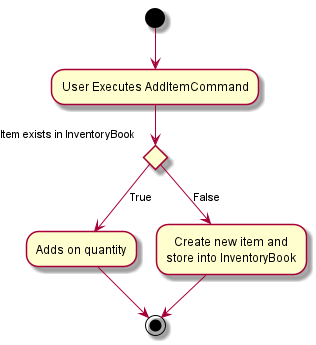
Before: docs/images/AddItemActivityDiagram.png, a diagram exported from PlantUML (nus-cs2103-AY2021S1/tp). Its diagram source:
```plantuml
@startuml
(*)  --> "User Executes AddItemCommand"
If "Item exists in InventoryBook" then
--> [True] "Adds on quantity"
-->(*)
else
--> [False] "Create new item and\nstore into InventoryBook"
Endif
-->(*)
@enduml
```
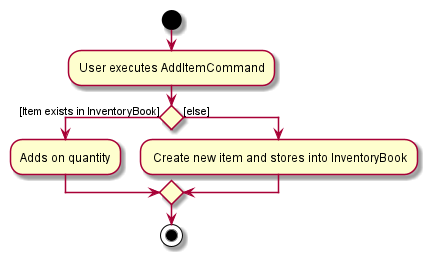
Above is the later version.

Change to the diagram source:
```diff
@@ -1,10 +1,12 @@
 @startuml
-(*)  --> "User Executes AddItemCommand"
-If "Item exists in InventoryBook" then
---> [True] "Adds on quantity"
--->(*)
-else
---> [False] "Create new item and\nstore into InventoryBook"
-Endif
--->(*)
+start
+:User executes AddItemCommand;
+
+
+if () then ([Item exists in InventoryBook])
+    :Adds on quantity;
+else ([else])
+    : Create new item and stores into InventoryBook;
+endif
+stop
 @enduml
```
